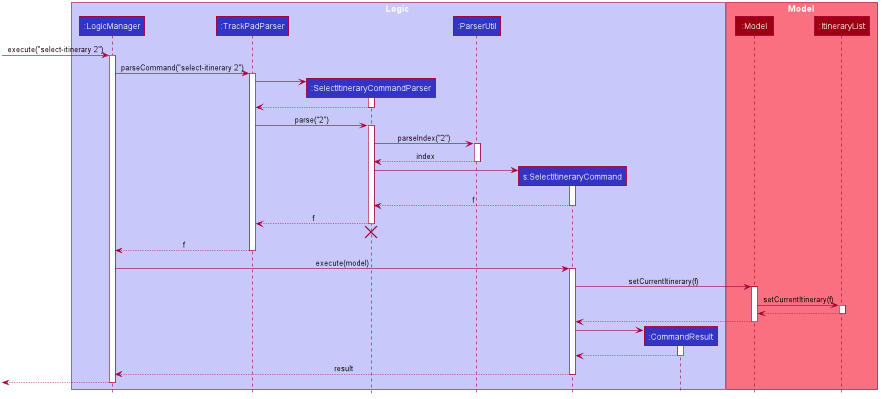
This is docs/images/devguideimages/SelectItinerarySequenceDiagram.png from yuxuanxc/tp, a PlantUML export, as it was before one commit.
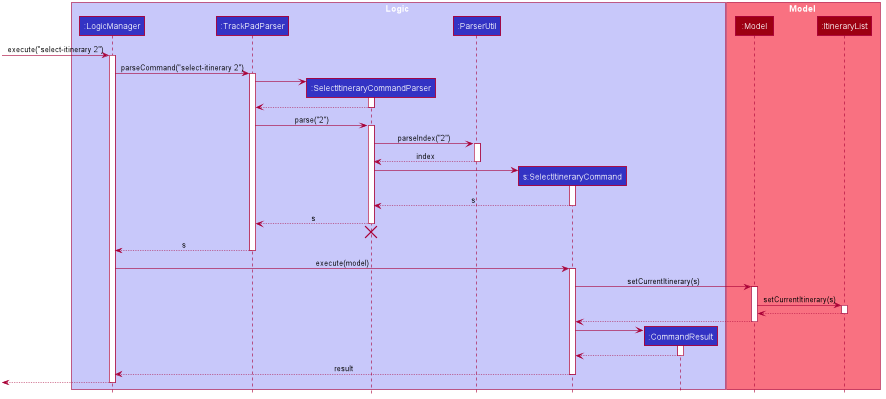
Above is the later version.

Commit message:
Fix errors in diagram

The edit, as a diff of the source:
```diff
@@ -88,24 +88,24 @@
 SelectItineraryCommandParser -> SelectItineraryCommand
 activate SelectItineraryCommand
 
-SelectItineraryCommand --> SelectItineraryCommandParser : f
+SelectItineraryCommand --> SelectItineraryCommandParser : s
 deactivate SelectItineraryCommand
 
-SelectItineraryCommandParser --> TrackPadParser : f
+SelectItineraryCommandParser --> TrackPadParser : s
 deactivate SelectItineraryCommandParser
 SelectItineraryCommandParser -[hidden]-> TrackPadParser
 destroy SelectItineraryCommandParser
 
-TrackPadParser --> LogicManager : f
+TrackPadParser --> LogicManager : s
 deactivate TrackPadParser
 
 LogicManager -> SelectItineraryCommand : execute(model)
 activate SelectItineraryCommand
 
-SelectItineraryCommand -> Model : setCurrentItinerary(f)
+SelectItineraryCommand -> Model : setCurrentItinerary(s)
 activate Model
 
-Model -> ItineraryList : setCurrentItinerary(f)
+Model -> ItineraryList : setCurrentItinerary(s)
 activate ItineraryList
 
 ItineraryList --> Model
```
